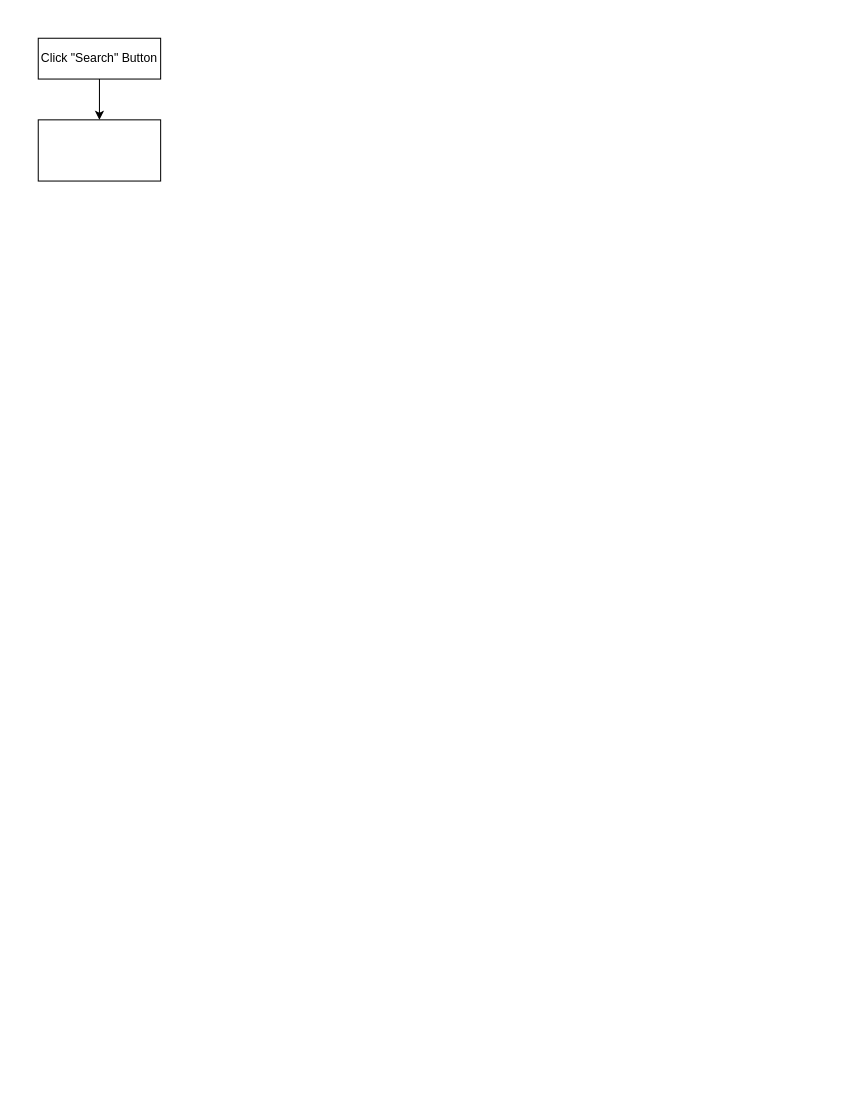
Before: old-rebind-logic.drawio in maruk0chan/draw.io, a draw.io diagram. Source tidied: cells renumbered, new cells numbered last; positions are measured from the earlier drawing's top-left corner, leaving out a move shared by most shapes. Both pictures are drawn from the tidied source at 102%, with x=0, y=0 at pixel (38, 38).
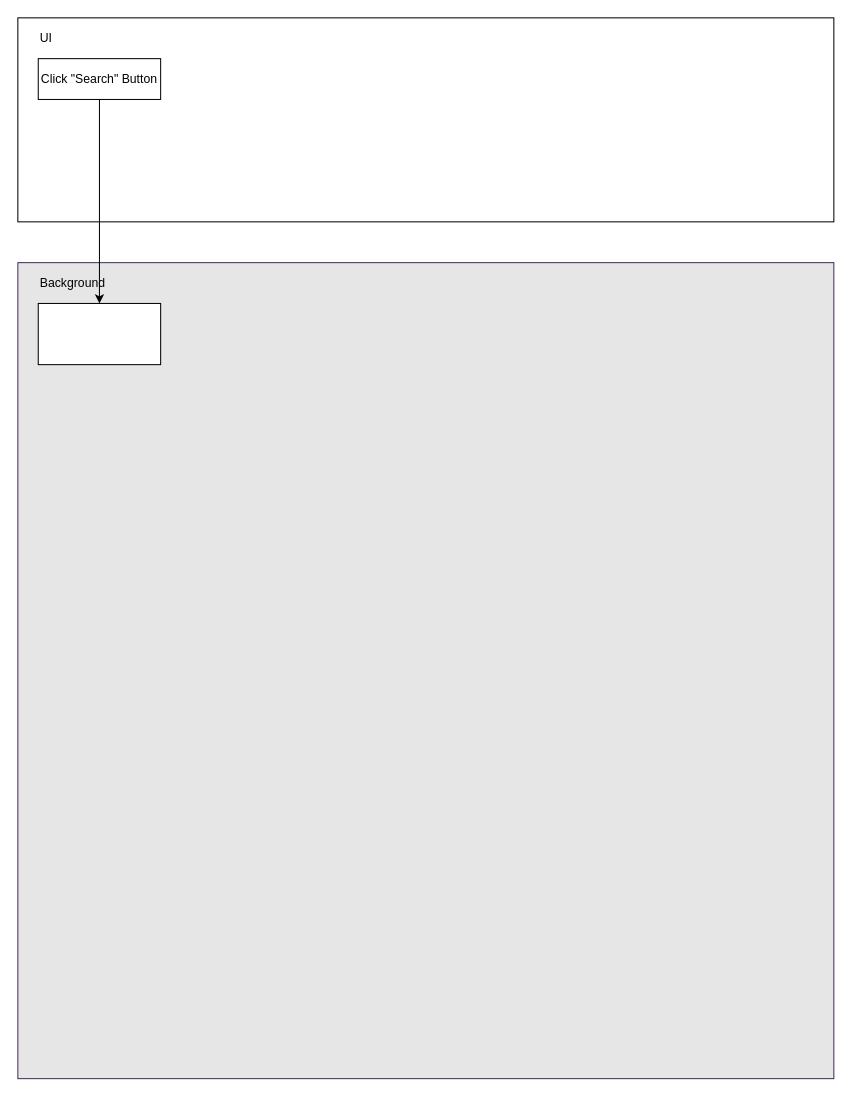
The same page after the edit.

What changed in the source:
```diff
@@
 <mxGraphModel>
   <root>
     <mxCell id="0" />
     <mxCell id="1" parent="0" />
+    <mxCell id="5" style="whiteSpace=wrap;html=1;" parent="1" vertex="1">
+      <mxGeometry x="-20" y="-20" width="800" height="200" as="geometry" />
+    </mxCell>
+    <mxCell id="6" style="whiteSpace=wrap;html=1;fillColor=#E6E6E6;fontColor=#ffffff;strokeColor=#432D57;" parent="1" vertex="1">
+      <mxGeometry x="-20" y="220" width="800" height="800" as="geometry" />
+    </mxCell>
     <mxCell id="2" value="Click &quot;Search&quot; Button" style="rounded=0;whiteSpace=wrap;html=1;" parent="1" vertex="1">
-      <mxGeometry width="120" height="40" as="geometry" />
+      <mxGeometry y="20" width="120" height="40" as="geometry" />
     </mxCell>
     <mxCell id="3" style="endArrow=classic;html=1;rounded=0;exitX=0.5;exitY=1;exitDx=0;exitDy=0;entryX=0.5;entryY=0;entryDx=0;entryDy=0;" parent="1" edge="1" source="2" target="4">
       <mxGeometry relative="1" as="geometry" />
     </mxCell>
     <mxCell id="4" style="rounded=0;whiteSpace=wrap;html=1;" parent="1" vertex="1">
-      <mxGeometry y="80" width="120" height="60" as="geometry" />
+      <mxGeometry y="260" width="120" height="60" as="geometry" />
     </mxCell>
+    <mxCell id="7" value="Background" style="text;html=1;align=left;verticalAlign=middle;whiteSpace=wrap;rounded=0;fillColor=none;fontColor=#000000;" parent="1" vertex="1">
+      <mxGeometry y="220" width="100" height="40" as="geometry" />
+    </mxCell>
+    <mxCell id="8" value="UI" style="text;html=1;align=left;verticalAlign=middle;whiteSpace=wrap;rounded=0;fillColor=none;fontColor=#000000;" parent="1" vertex="1">
+      <mxGeometry y="-20" width="50" height="40" as="geometry" />
+    </mxCell>
   </root>
 </mxGraphModel>
```
